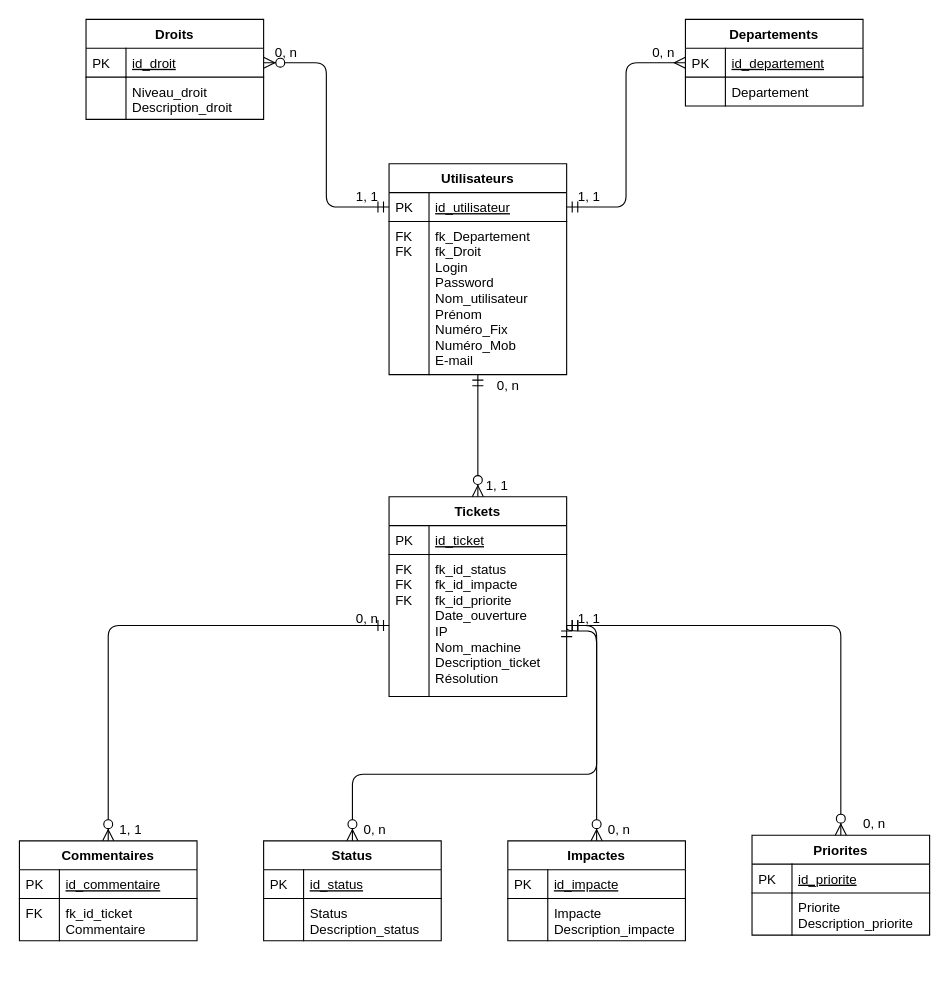
Earlier version of the draw.io diagram Base de données/MLD_MPTicket.drawio (Hero-Chan/Projet_Ticketing). Source tidied: cells renumbered, new cells numbered last; positions are measured from the earlier drawing's top-left corner, leaving out a move shared by most shapes. Both pictures are drawn from the tidied source at 111%, with x=0, y=0 at pixel (19, 19).
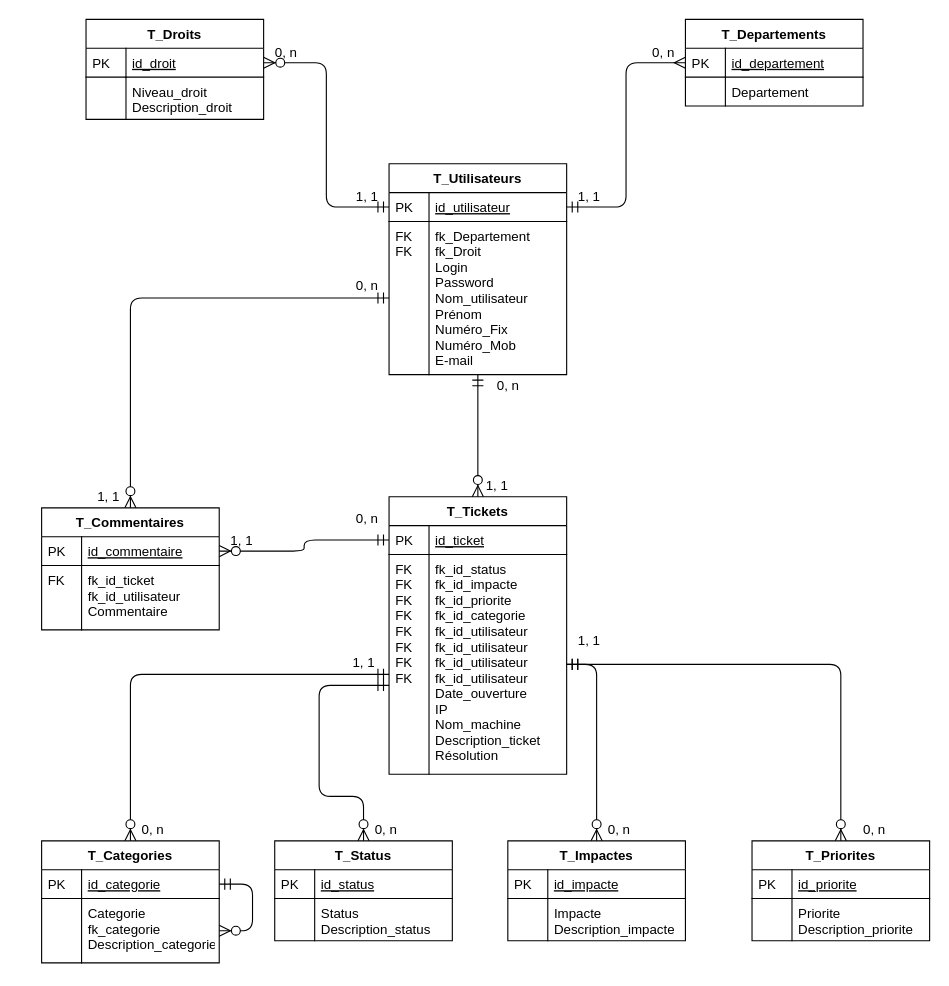
The same page after the edit.

Commit message:
Mettre à jour MLD_MPTicket.drawio

The change refers to these unchanged cells:
```xml
<mxCell id="10" value="fk_Departement&#10;fk_Droit&#10;Login&#10;Password&#10;Nom_utilisateur&#10;Prénom&#10;Numéro_Fix&#10;Numéro_Mob&#10;E-mail" style="shape=partialRectangle;top=0;left=0;right=0;bottom=0;align=left;verticalAlign=top;fillColor=none;spacingLeft=40;spacingRight=4;overflow=hidden;points=[[0,0.5],[1,0.5]];portConstraint=eastwest;rounded=0;shadow=0;strokeWidth=1;" parent="7" vertex="1">
  <mxGeometry y="52" width="160" height="138" as="geometry" />
</mxCell>
<mxCell id="14" value="id_ticket" style="shape=partialRectangle;top=0;left=0;right=0;bottom=1;align=left;verticalAlign=top;fillColor=none;spacingLeft=40;spacingRight=4;overflow=hidden;points=[[0,0.5],[1,0.5]];portConstraint=eastwest;rounded=0;shadow=0;strokeWidth=1;fontStyle=4;" parent="13" vertex="1">
  <mxGeometry y="26" width="160" height="26" as="geometry" />
</mxCell>
<mxCell id="31" value="id_commentaire" style="shape=partialRectangle;top=0;left=0;right=0;bottom=1;align=left;verticalAlign=top;fillColor=none;spacingLeft=40;spacingRight=4;overflow=hidden;points=[[0,0.5],[1,0.5]];portConstraint=eastwest;rounded=0;shadow=0;strokeWidth=1;fontStyle=4;" parent="30" vertex="1">
  <mxGeometry y="26" width="160" height="26" as="geometry" />
</mxCell>
```

Change to the diagram source:
```diff
@@
-    <mxCell id="2" value="Departements" style="swimlane;fontStyle=1;horizontal=1;startSize=26;rounded=0;shadow=0;strokeWidth=1;" parent="1" vertex="1">
+    <mxCell id="2" value="T_Departements" style="swimlane;fontStyle=1;horizontal=1;startSize=26;rounded=0;shadow=0;strokeWidth=1;" parent="1" vertex="1">
       <mxGeometry x="600" width="160" height="78" as="geometry" />
     </mxCell>
@@
-    <mxCell id="7" value="Utilisateurs" style="swimlane;fontStyle=1;horizontal=1;startSize=26;rounded=0;shadow=0;strokeWidth=1;" parent="1" vertex="1">
+    <mxCell id="7" value="T_Utilisateurs" style="swimlane;fontStyle=1;horizontal=1;startSize=26;rounded=0;shadow=0;strokeWidth=1;" parent="1" vertex="1">
       <mxGeometry x="333" y="130" width="160" height="190" as="geometry" />
     </mxCell>
@@
-    <mxCell id="13" value="Tickets" style="swimlane;fontStyle=1;horizontal=1;startSize=26;rounded=0;shadow=0;strokeWidth=1;" parent="1" vertex="1">
-      <mxGeometry x="333" y="430" width="160" height="180" as="geometry" />
+    <mxCell id="13" value="T_Tickets" style="swimlane;fontStyle=1;horizontal=1;startSize=26;rounded=0;shadow=0;strokeWidth=1;" parent="1" vertex="1">
+      <mxGeometry x="333" y="430" width="160" height="250" as="geometry" />
     </mxCell>
@@
-    <mxCell id="16" value="fk_id_status&#10;fk_id_impacte&#10;fk_id_priorite&#10;Date_ouverture&#10;IP&#10;Nom_machine&#10;Description_ticket&#10;Résolution" style="shape=partialRectangle;top=0;left=0;right=0;bottom=0;align=left;verticalAlign=top;fillColor=none;spacingLeft=40;spacingRight=4;overflow=hidden;points=[[0,0.5],[1,0.5]];portConstraint=eastwest;rounded=0;shadow=0;strokeWidth=1;" parent="13" vertex="1">
-      <mxGeometry y="52" width="160" height="128" as="geometry" />
+    <mxCell id="16" value="fk_id_status&#10;fk_id_impacte&#10;fk_id_priorite&#10;fk_id_categorie&#10;fk_id_utilisateur&#10;fk_id_utilisateur&#10;fk_id_utilisateur&#10;fk_id_utilisateur&#10;Date_ouverture&#10;IP&#10;Nom_machine&#10;Description_ticket&#10;Résolution" style="shape=partialRectangle;top=0;left=0;right=0;bottom=0;align=left;verticalAlign=top;fillColor=none;spacingLeft=40;spacingRight=4;overflow=hidden;points=[[0,0.5],[1,0.5]];portConstraint=eastwest;rounded=0;shadow=0;strokeWidth=1;" parent="13" vertex="1">
+      <mxGeometry y="52" width="160" height="198" as="geometry" />
     </mxCell>
-    <mxCell id="17" value="FK&#10;FK&#10;FK" style="shape=partialRectangle;top=0;left=0;bottom=0;fillColor=none;align=left;verticalAlign=top;spacingLeft=4;spacingRight=4;overflow=hidden;" parent="16" vertex="1">
-      <mxGeometry width="36" height="128" as="geometry" />
+    <mxCell id="17" value="FK&#10;FK&#10;FK&#10;FK&#10;FK&#10;FK&#10;FK&#10;FK" style="shape=partialRectangle;top=0;left=0;bottom=0;fillColor=none;align=left;verticalAlign=top;spacingLeft=4;spacingRight=4;overflow=hidden;" parent="16" vertex="1">
+      <mxGeometry width="36" height="198" as="geometry" />
     </mxCell>
@@
-    <mxCell id="19" value="Droits" style="swimlane;fontStyle=1;horizontal=1;startSize=26;rounded=0;shadow=0;strokeWidth=1;" parent="1" vertex="1">
+    <mxCell id="19" value="T_Droits" style="swimlane;fontStyle=1;horizontal=1;startSize=26;rounded=0;shadow=0;strokeWidth=1;" parent="1" vertex="1">
       <mxGeometry x="60" width="160" height="90" as="geometry" />
     </mxCell>
@@
-    <mxCell id="25" value="Status" style="swimlane;fontStyle=1;horizontal=1;startSize=26;rounded=0;shadow=0;strokeWidth=1;" parent="1" vertex="1">
-      <mxGeometry x="220" y="740" width="160" height="90" as="geometry" />
+    <mxCell id="25" value="T_Categories" style="swimlane;fontStyle=1;horizontal=1;startSize=26;rounded=0;shadow=0;strokeWidth=1;" parent="1" vertex="1">
+      <mxGeometry x="20" y="740" width="160" height="110" as="geometry" />
     </mxCell>
-    <mxCell id="26" value="id_status" style="shape=partialRectangle;top=0;left=0;right=0;bottom=1;align=left;verticalAlign=top;fillColor=none;spacingLeft=40;spacingRight=4;overflow=hidden;points=[[0,0.5],[1,0.5]];portConstraint=eastwest;rounded=0;shadow=0;strokeWidth=1;fontStyle=4;" parent="25" vertex="1">
+    <mxCell id="26" value="id_categorie" style="shape=partialRectangle;top=0;left=0;right=0;bottom=1;align=left;verticalAlign=top;fillColor=none;spacingLeft=40;spacingRight=4;overflow=hidden;points=[[0,0.5],[1,0.5]];portConstraint=eastwest;rounded=0;shadow=0;strokeWidth=1;fontStyle=4;" parent="25" vertex="1">
       <mxGeometry y="26" width="160" height="26" as="geometry" />
     </mxCell>
@@
-    <mxCell id="28" value="Status&#10;Description_status" style="shape=partialRectangle;top=0;left=0;right=0;bottom=0;align=left;verticalAlign=top;fillColor=none;spacingLeft=40;spacingRight=4;overflow=hidden;points=[[0,0.5],[1,0.5]];portConstraint=eastwest;rounded=0;shadow=0;strokeWidth=1;" parent="25" vertex="1">
-      <mxGeometry y="52" width="160" height="38" as="geometry" />
+    <mxCell id="28" value="Categorie&#10;fk_categorie&#10;Description_categorie" style="shape=partialRectangle;top=0;left=0;right=0;bottom=0;align=left;verticalAlign=top;fillColor=none;spacingLeft=40;spacingRight=4;overflow=hidden;points=[[0,0.5],[1,0.5]];portConstraint=eastwest;rounded=0;shadow=0;strokeWidth=1;" parent="25" vertex="1">
+      <mxGeometry y="52" width="160" height="58" as="geometry" />
     </mxCell>
     <mxCell id="29" style="shape=partialRectangle;top=0;left=0;bottom=0;fillColor=none;align=left;verticalAlign=top;spacingLeft=4;spacingRight=4;overflow=hidden;" parent="28" vertex="1">
-      <mxGeometry width="36" height="38" as="geometry" />
+      <mxGeometry width="36" height="58" as="geometry" />
     </mxCell>
+    <mxCell id="61" style="edgeStyle=orthogonalEdgeStyle;endArrow=ERzeroToMany;startArrow=ERmandOne;shadow=0;strokeWidth=1;endSize=8;startSize=8;entryX=1;entryY=0.5;entryDx=0;entryDy=0;exitX=1;exitY=0.5;exitDx=0;exitDy=0;" parent="25" edge="1" source="26" target="28">
+      <mxGeometry relative="1" as="geometry">
+        <Array as="points">
+          <mxPoint x="190" y="39" />
+          <mxPoint x="190" y="81" />
+        </Array>
+      </mxGeometry>
+    </mxCell>
-    <mxCell id="30" value="Commentaires" style="swimlane;fontStyle=1;horizontal=1;startSize=26;rounded=0;shadow=0;strokeWidth=1;" parent="1" vertex="1">
-      <mxGeometry y="740" width="160" height="90" as="geometry" />
+    <mxCell id="30" value="T_Commentaires" style="swimlane;fontStyle=1;horizontal=1;startSize=26;rounded=0;shadow=0;strokeWidth=1;" parent="1" vertex="1">
+      <mxGeometry x="20" y="440" width="160" height="110" as="geometry" />
     </mxCell>
@@
-    <mxCell id="33" value="fk_id_ticket&#10;Commentaire" style="shape=partialRectangle;top=0;left=0;right=0;bottom=0;align=left;verticalAlign=top;fillColor=none;spacingLeft=40;spacingRight=4;overflow=hidden;rounded=0;shadow=0;strokeWidth=1;" parent="30" vertex="1">
-      <mxGeometry y="52" width="160" height="38" as="geometry" />
+    <mxCell id="33" value="fk_id_ticket&#10;fk_id_utilisateur&#10;Commentaire" style="shape=partialRectangle;top=0;left=0;right=0;bottom=0;align=left;verticalAlign=top;fillColor=none;spacingLeft=40;spacingRight=4;overflow=hidden;rounded=0;shadow=0;strokeWidth=1;" parent="30" vertex="1">
+      <mxGeometry y="52" width="160" height="58" as="geometry" />
     </mxCell>
     <mxCell id="34" value="FK" style="shape=partialRectangle;top=0;left=0;bottom=0;fillColor=none;align=left;verticalAlign=top;spacingLeft=4;spacingRight=4;overflow=hidden;" parent="33" vertex="1">
-      <mxGeometry width="36" height="38" as="geometry" />
+      <mxGeometry width="36" height="58" as="geometry" />
     </mxCell>
-    <mxCell id="35" value="Impactes" style="swimlane;fontStyle=1;horizontal=1;startSize=26;rounded=0;shadow=0;strokeWidth=1;" parent="1" vertex="1">
+    <mxCell id="35" value="T_Impactes" style="swimlane;fontStyle=1;horizontal=1;startSize=26;rounded=0;shadow=0;strokeWidth=1;" parent="1" vertex="1">
       <mxGeometry x="440" y="740" width="160" height="90" as="geometry" />
     </mxCell>
@@
-    <mxCell id="40" value="Priorites" style="swimlane;fontStyle=1;horizontal=1;startSize=26;rounded=0;shadow=0;strokeWidth=1;" parent="1" vertex="1">
-      <mxGeometry x="660" y="735" width="160" height="90" as="geometry" />
+    <mxCell id="40" value="T_Priorites" style="swimlane;fontStyle=1;horizontal=1;startSize=26;rounded=0;shadow=0;strokeWidth=1;" parent="1" vertex="1">
+      <mxGeometry x="660" y="740" width="160" height="90" as="geometry" />
     </mxCell>
@@
-    <mxCell id="45" style="edgeStyle=orthogonalEdgeStyle;endArrow=ERzeroToMany;startArrow=ERmandOne;shadow=0;strokeWidth=1;endSize=8;startSize=8;entryX=0.5;entryY=0;entryDx=0;entryDy=0;exitX=1;exitY=0.5;exitDx=0;exitDy=0;" parent="1" edge="1" source="16" target="25">
+    <mxCell id="45" style="edgeStyle=orthogonalEdgeStyle;endArrow=ERzeroToMany;startArrow=ERmandOne;shadow=0;strokeWidth=1;endSize=8;startSize=8;entryX=0.5;entryY=0;entryDx=0;entryDy=0;" parent="1" edge="1" source="13" target="25">
       <mxGeometry relative="1" as="geometry">
         <Array as="points">
-          <mxPoint x="520" y="551" />
-          <mxPoint x="520" y="680" />
-          <mxPoint x="300" y="680" />
+          <mxPoint x="100" y="590" />
         </Array>
       </mxGeometry>
     </mxCell>
-    <mxCell id="46" style="edgeStyle=orthogonalEdgeStyle;endArrow=ERzeroToMany;startArrow=ERmandOne;shadow=0;strokeWidth=1;endSize=8;startSize=8;entryX=0.5;entryY=0;entryDx=0;entryDy=0;exitX=0;exitY=0.5;exitDx=0;exitDy=0;" parent="1" edge="1" source="16" target="30">
+    <mxCell id="46" style="edgeStyle=orthogonalEdgeStyle;endArrow=ERzeroToMany;startArrow=ERmandOne;shadow=0;strokeWidth=1;endSize=8;startSize=8;exitX=0;exitY=0.5;exitDx=0;exitDy=0;" parent="1" edge="1" source="14" target="31">
       <mxGeometry relative="1" as="geometry" />
     </mxCell>
@@
     <mxCell id="49" value="1, 1" style="text;html=1;align=center;verticalAlign=middle;" parent="1" vertex="1">
-      <mxGeometry x="80" y="720" width="40" height="20" as="geometry" />
+      <mxGeometry x="180" y="460" width="40" height="20" as="geometry" />
     </mxCell>
     <mxCell id="50" value="1, 1" style="text;html=1;align=center;verticalAlign=middle;" parent="1" vertex="1">
-      <mxGeometry x="493" y="530" width="40" height="20" as="geometry" />
+      <mxGeometry x="493" y="550" width="40" height="20" as="geometry" />
     </mxCell>
@@
     <mxCell id="56" value="0, n" style="text;html=1;align=center;verticalAlign=middle;" parent="1" vertex="1">
-      <mxGeometry x="293" y="530" width="40" height="20" as="geometry" />
+      <mxGeometry x="293" y="440" width="40" height="20" as="geometry" />
     </mxCell>
     <mxCell id="57" value="0, n" style="text;html=1;align=center;verticalAlign=middle;" parent="1" vertex="1">
-      <mxGeometry x="300" y="720" width="40" height="20" as="geometry" />
+      <mxGeometry x="100" y="720" width="40" height="20" as="geometry" />
     </mxCell>
@@
     <mxCell id="59" value="0, n" style="text;html=1;align=center;verticalAlign=middle;" parent="1" vertex="1">
-      <mxGeometry x="750" y="715" width="40" height="20" as="geometry" />
+      <mxGeometry x="750" y="720" width="40" height="20" as="geometry" />
     </mxCell>
@@
+    <mxCell id="62" value="1, 1" style="text;html=1;align=center;verticalAlign=middle;" parent="1" vertex="1">
+      <mxGeometry x="60" y="420" width="40" height="20" as="geometry" />
+    </mxCell>
+    <mxCell id="63" style="edgeStyle=orthogonalEdgeStyle;endArrow=ERzeroToMany;startArrow=ERmandOne;shadow=0;strokeWidth=1;endSize=8;startSize=8;fontStyle=1;exitX=0;exitY=0.5;exitDx=0;exitDy=0;entryX=0.5;entryY=0;entryDx=0;entryDy=0;" parent="1" edge="1" source="10" target="30">
+      <mxGeometry relative="1" as="geometry">
+        <Array as="points">
+          <mxPoint x="100" y="251" />
+        </Array>
+      </mxGeometry>
+    </mxCell>
+    <mxCell id="64" value="0, n" style="text;html=1;align=center;verticalAlign=middle;" parent="1" vertex="1">
+      <mxGeometry x="293" y="230" width="40" height="20" as="geometry" />
+    </mxCell>
+    <mxCell id="65" value="1, 1" style="text;html=1;align=center;verticalAlign=middle;" parent="1" vertex="1">
+      <mxGeometry x="290" y="570" width="40" height="20" as="geometry" />
+    </mxCell>
+    <mxCell id="66" value="T_Status" style="swimlane;fontStyle=1;horizontal=1;startSize=26;rounded=0;shadow=0;strokeWidth=1;" parent="1" vertex="1">
+      <mxGeometry x="230" y="740" width="160" height="90" as="geometry" />
+    </mxCell>
+    <mxCell id="67" value="id_status" style="shape=partialRectangle;top=0;left=0;right=0;bottom=1;align=left;verticalAlign=top;fillColor=none;spacingLeft=40;spacingRight=4;overflow=hidden;rounded=0;shadow=0;strokeWidth=1;fontStyle=4;" parent="66" vertex="1">
+      <mxGeometry y="26" width="160" height="26" as="geometry" />
+    </mxCell>
+    <mxCell id="68" value="PK" style="shape=partialRectangle;top=0;left=0;bottom=0;fillColor=none;align=left;verticalAlign=top;spacingLeft=4;spacingRight=4;overflow=hidden;" parent="67" vertex="1">
+      <mxGeometry width="36" height="26" as="geometry" />
+    </mxCell>
+    <mxCell id="69" value="Status&#10;Description_status" style="shape=partialRectangle;top=0;left=0;right=0;bottom=0;align=left;verticalAlign=top;fillColor=none;spacingLeft=40;spacingRight=4;overflow=hidden;rounded=0;shadow=0;strokeWidth=1;" parent="66" vertex="1">
+      <mxGeometry y="52" width="160" height="38" as="geometry" />
+    </mxCell>
+    <mxCell id="70" style="shape=partialRectangle;top=0;left=0;bottom=0;fillColor=none;align=left;verticalAlign=top;spacingLeft=4;spacingRight=4;overflow=hidden;" parent="69" vertex="1">
+      <mxGeometry width="36" height="38" as="geometry" />
+    </mxCell>
+    <mxCell id="71" style="edgeStyle=orthogonalEdgeStyle;endArrow=ERzeroToMany;startArrow=ERmandOne;shadow=0;strokeWidth=1;endSize=8;startSize=8;entryX=0.5;entryY=0;entryDx=0;entryDy=0;" parent="1" edge="1" source="13" target="66">
+      <mxGeometry relative="1" as="geometry">
+        <Array as="points">
+          <mxPoint x="270" y="600" />
+          <mxPoint x="270" y="700" />
+          <mxPoint x="310" y="700" />
+        </Array>
+      </mxGeometry>
+    </mxCell>
+    <mxCell id="72" value="0, n" style="text;html=1;align=center;verticalAlign=middle;" parent="1" vertex="1">
+      <mxGeometry x="310" y="720" width="40" height="20" as="geometry" />
+    </mxCell>
```
